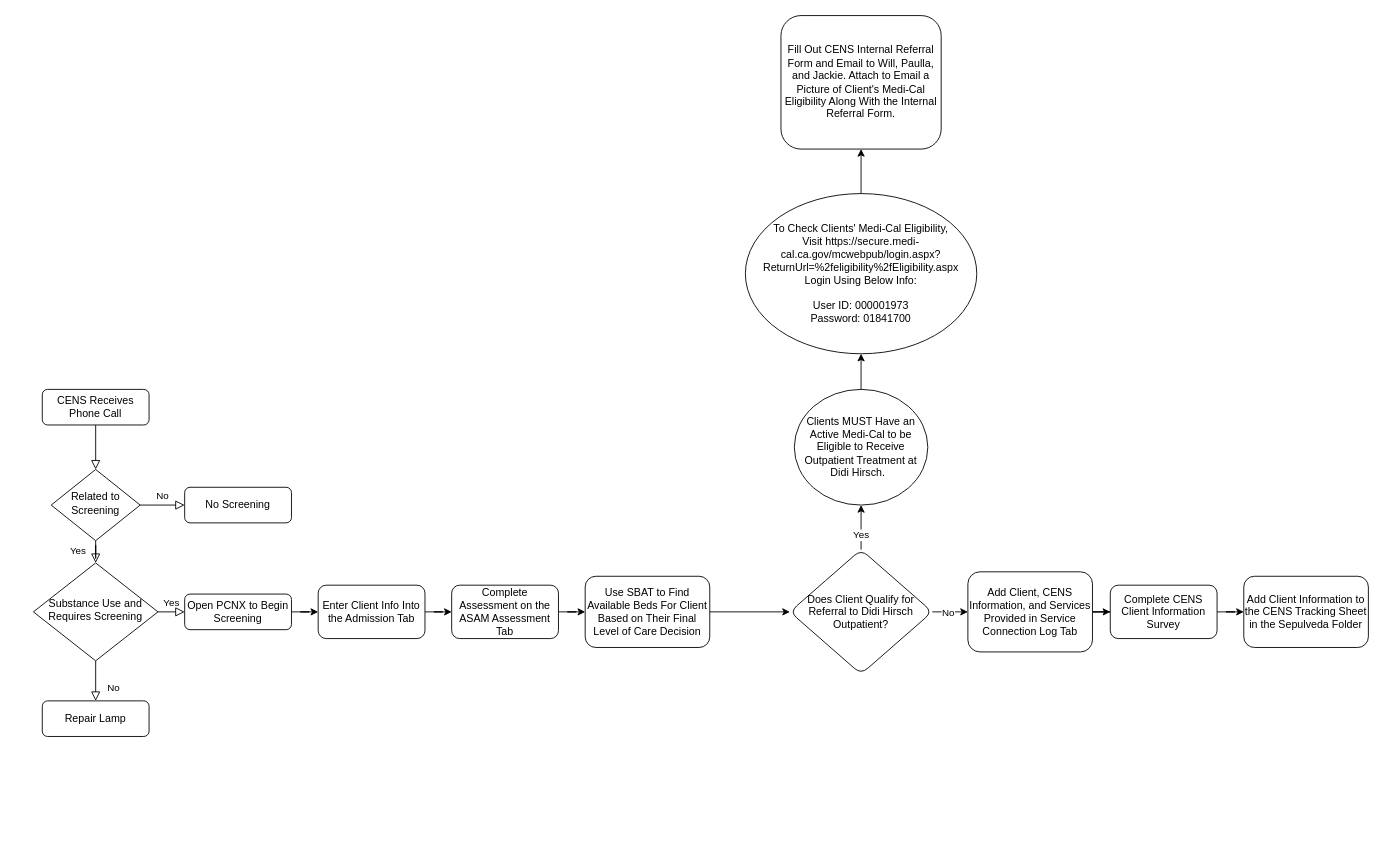
Above: CENS Process Flow Diagram.drawio in khassh/IBM-Data-Science-Tools (draw.io), before the change. Source tidied: cells renumbered, new cells numbered last; positions are measured from the earlier drawing's top-left corner, leaving out a move shared by most shapes. Both pictures are drawn from the tidied source at 89%, with x=0, y=0 at pixel (33, 15).
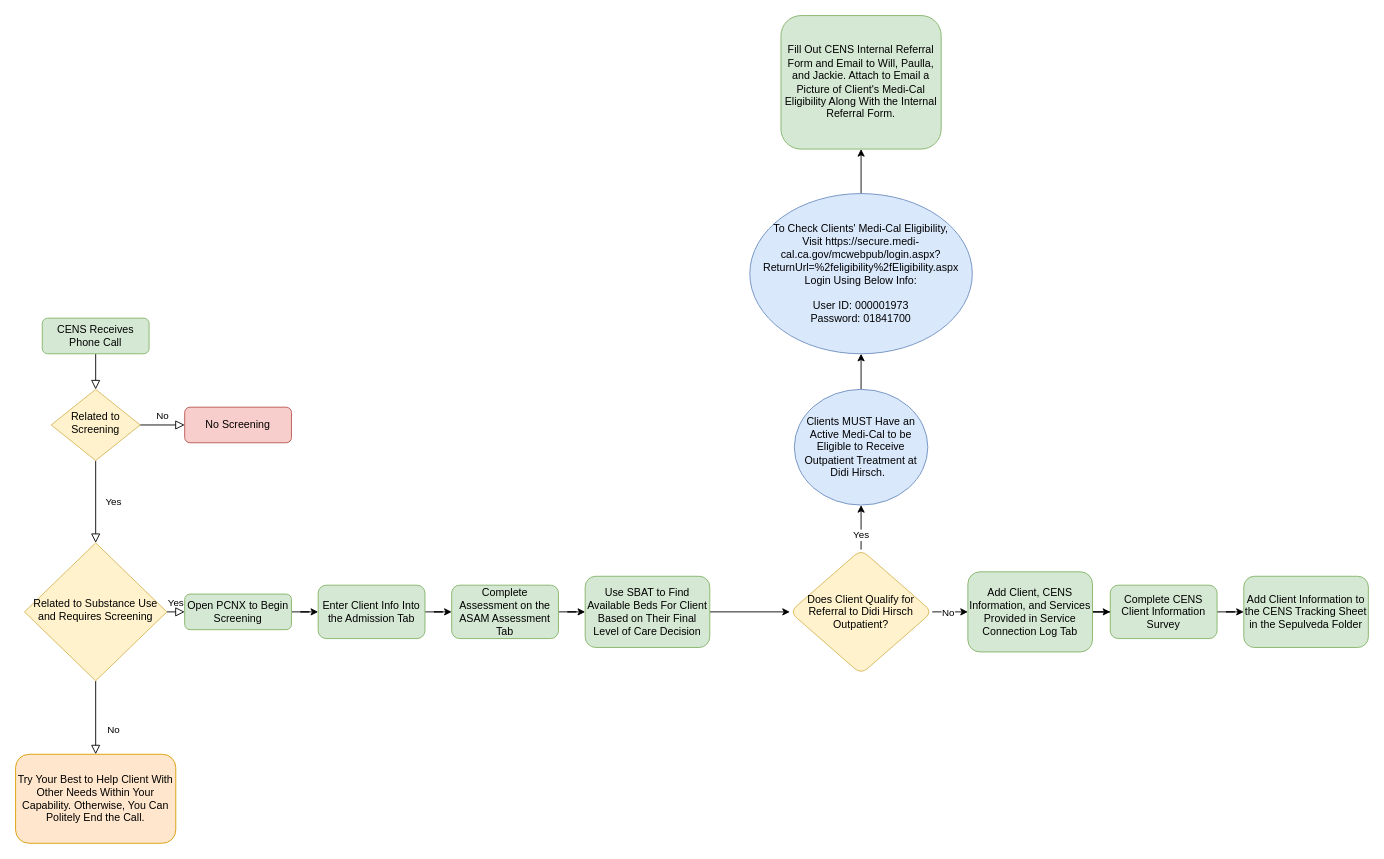
Above is the later version.

Change to the diagram source:
```diff
@@
-    <mxCell id="3" value="CENS Receives Phone Call" style="rounded=1;whiteSpace=wrap;html=1;fontSize=12;glass=0;strokeWidth=1;shadow=0;" parent="1" vertex="1">
-      <mxGeometry x="10" y="420" width="120" height="40" as="geometry" />
+    <mxCell id="3" value="CENS Receives Phone Call" style="rounded=1;whiteSpace=wrap;html=1;fontSize=12;glass=0;strokeWidth=1;shadow=0;fillColor=#d5e8d4;strokeColor=#82b366;" parent="1" vertex="1">
+      <mxGeometry x="10" y="340" width="120" height="40" as="geometry" />
     </mxCell>
@@
-    <mxCell id="6" value="Related to Screening" style="rhombus;whiteSpace=wrap;html=1;shadow=0;fontFamily=Helvetica;fontSize=12;align=center;strokeWidth=1;spacing=6;spacingTop=-4;" parent="1" vertex="1">
-      <mxGeometry x="20" y="510" width="100" height="80" as="geometry" />
+    <mxCell id="6" value="Related to Screening" style="rhombus;whiteSpace=wrap;html=1;shadow=0;fontFamily=Helvetica;fontSize=12;align=center;strokeWidth=1;spacing=6;spacingTop=-4;fillColor=#fff2cc;strokeColor=#d6b656;" parent="1" vertex="1">
+      <mxGeometry x="20" y="420" width="100" height="80" as="geometry" />
     </mxCell>
-    <mxCell id="7" value="No Screening" style="rounded=1;whiteSpace=wrap;html=1;fontSize=12;glass=0;strokeWidth=1;shadow=0;" parent="1" vertex="1">
-      <mxGeometry x="170" y="530" width="120" height="40" as="geometry" />
+    <mxCell id="7" value="No Screening" style="rounded=1;whiteSpace=wrap;html=1;fontSize=12;glass=0;strokeWidth=1;shadow=0;fillColor=#f8cecc;strokeColor=#b85450;" parent="1" vertex="1">
+      <mxGeometry x="170" y="440" width="120" height="40" as="geometry" />
     </mxCell>
@@
-    <mxCell id="10" value="Substance Use and Requires Screening" style="rhombus;whiteSpace=wrap;html=1;shadow=0;fontFamily=Helvetica;fontSize=12;align=center;strokeWidth=1;spacing=6;spacingTop=-4;" parent="1" vertex="1">
-      <mxGeometry y="615" width="140" height="110" as="geometry" />
+    <mxCell id="10" value="Related to Substance Use and Requires Screening" style="rhombus;whiteSpace=wrap;html=1;shadow=0;fontFamily=Helvetica;fontSize=12;align=center;strokeWidth=1;spacing=6;spacingTop=-4;fillColor=#fff2cc;strokeColor=#d6b656;" parent="1" vertex="1">
+      <mxGeometry x="-10" y="592.5" width="160" height="155" as="geometry" />
     </mxCell>
-    <mxCell id="11" value="Repair Lamp" style="rounded=1;whiteSpace=wrap;html=1;fontSize=12;glass=0;strokeWidth=1;shadow=0;" parent="1" vertex="1">
-      <mxGeometry x="10" y="770" width="120" height="40" as="geometry" />
+    <mxCell id="11" value="Try Your Best to Help Client With Other Needs Within Your Capability. Otherwise, You Can Politely End the Call." style="rounded=1;whiteSpace=wrap;html=1;fontSize=12;glass=0;strokeWidth=1;shadow=0;fillColor=#ffe6cc;strokeColor=#d79b00;" parent="1" vertex="1">
+      <mxGeometry x="-20" y="830" width="180" height="100" as="geometry" />
     </mxCell>
@@
-    <mxCell id="13" value="Open PCNX to Begin Screening" style="rounded=1;whiteSpace=wrap;html=1;fontSize=12;glass=0;strokeWidth=1;shadow=0;" parent="1" vertex="1">
+    <mxCell id="13" value="Open PCNX to Begin Screening" style="rounded=1;whiteSpace=wrap;html=1;fontSize=12;glass=0;strokeWidth=1;shadow=0;fillColor=#d5e8d4;strokeColor=#82b366;" parent="1" vertex="1">
       <mxGeometry x="170" y="650" width="120" height="40" as="geometry" />
     </mxCell>
@@
-    <mxCell id="15" value="Enter Client Info Into the Admission Tab" style="whiteSpace=wrap;html=1;rounded=1;glass=0;strokeWidth=1;shadow=0;" parent="1" vertex="1">
+    <mxCell id="15" value="Enter Client Info Into the Admission Tab" style="whiteSpace=wrap;html=1;rounded=1;glass=0;strokeWidth=1;shadow=0;fillColor=#d5e8d4;strokeColor=#82b366;" parent="1" vertex="1">
       <mxGeometry x="320" y="640" width="120" height="60" as="geometry" />
     </mxCell>
@@
-    <mxCell id="17" value="Complete Assessment on the ASAM Assessment Tab" style="whiteSpace=wrap;html=1;rounded=1;glass=0;strokeWidth=1;shadow=0;" parent="1" vertex="1">
+    <mxCell id="17" value="Complete Assessment on the ASAM Assessment Tab" style="whiteSpace=wrap;html=1;rounded=1;glass=0;strokeWidth=1;shadow=0;fillColor=#d5e8d4;strokeColor=#82b366;" parent="1" vertex="1">
       <mxGeometry x="470" y="640" width="120" height="60" as="geometry" />
     </mxCell>
@@
-    <mxCell id="21" value="Use SBAT to Find Available Beds For Client Based on Their Final Level of Care Decision" style="whiteSpace=wrap;html=1;rounded=1;glass=0;strokeWidth=1;shadow=0;" parent="1" vertex="1">
+    <mxCell id="21" value="Use SBAT to Find Available Beds For Client Based on Their Final Level of Care Decision" style="whiteSpace=wrap;html=1;rounded=1;glass=0;strokeWidth=1;shadow=0;fillColor=#d5e8d4;strokeColor=#82b366;" parent="1" vertex="1">
       <mxGeometry x="620" y="630" width="140" height="80" as="geometry" />
     </mxCell>
@@
-    <mxCell id="23" value="Add Client, CENS Information, and Services Provided in Service Connection Log Tab" style="whiteSpace=wrap;html=1;rounded=1;glass=0;strokeWidth=1;shadow=0;" parent="1" vertex="1">
+    <mxCell id="23" value="Add Client, CENS Information, and Services Provided in Service Connection Log Tab" style="whiteSpace=wrap;html=1;rounded=1;glass=0;strokeWidth=1;shadow=0;fillColor=#d5e8d4;strokeColor=#82b366;" parent="1" vertex="1">
       <mxGeometry x="1050" y="625" width="140" height="90" as="geometry" />
     </mxCell>
@@
-    <mxCell id="25" value="Complete CENS Client Information Survey" style="whiteSpace=wrap;html=1;rounded=1;glass=0;strokeWidth=1;shadow=0;" parent="1" vertex="1">
+    <mxCell id="25" value="Complete CENS Client Information Survey" style="whiteSpace=wrap;html=1;rounded=1;glass=0;strokeWidth=1;shadow=0;fillColor=#d5e8d4;strokeColor=#82b366;" parent="1" vertex="1">
       <mxGeometry x="1210" y="640" width="120" height="60" as="geometry" />
     </mxCell>
-    <mxCell id="26" value="Add Client Information to the CENS Tracking Sheet in the Sepulveda Folder" style="whiteSpace=wrap;html=1;rounded=1;glass=0;strokeWidth=1;shadow=0;" parent="1" vertex="1">
+    <mxCell id="26" value="Add Client Information to the CENS Tracking Sheet in the Sepulveda Folder" style="whiteSpace=wrap;html=1;rounded=1;glass=0;strokeWidth=1;shadow=0;fillColor=#d5e8d4;strokeColor=#82b366;" parent="1" vertex="1">
       <mxGeometry x="1360" y="630" width="140" height="80" as="geometry" />
     </mxCell>
-    <mxCell id="27" value="Fill Out CENS Internal Referral Form and Email to Will, Paulla, and Jackie. Attach to Email a Picture of Client's Medi-Cal Eligibility Along With the Internal Referral Form." style="whiteSpace=wrap;html=1;rounded=1;glass=0;strokeWidth=1;shadow=0;" parent="1" vertex="1">
+    <mxCell id="27" value="Fill Out CENS Internal Referral Form and Email to Will, Paulla, and Jackie. Attach to Email a Picture of Client's Medi-Cal Eligibility Along With the Internal Referral Form." style="whiteSpace=wrap;html=1;rounded=1;glass=0;strokeWidth=1;shadow=0;fillColor=#d5e8d4;strokeColor=#82b366;" parent="1" vertex="1">
       <mxGeometry x="840" width="180" height="150" as="geometry" />
     </mxCell>
@@
-    <mxCell id="29" value="Clients MUST Have an Active Medi-Cal to be Eligible to Receive Outpatient Treatment at Didi Hirsch.&amp;nbsp;&amp;nbsp;" style="ellipse;whiteSpace=wrap;html=1;rounded=1;glass=0;strokeWidth=1;shadow=0;" parent="1" vertex="1">
+    <mxCell id="29" value="Clients MUST Have an Active Medi-Cal to be Eligible to Receive Outpatient Treatment at Didi Hirsch.&amp;nbsp;&amp;nbsp;" style="ellipse;whiteSpace=wrap;html=1;rounded=1;glass=0;strokeWidth=1;shadow=0;fillColor=#dae8fc;strokeColor=#6c8ebf;" parent="1" vertex="1">
       <mxGeometry x="855" y="420" width="150" height="130" as="geometry" />
     </mxCell>
@@
-    <mxCell id="31" value="To Check Clients' Medi-Cal Eligibility, Visit&amp;nbsp;https://secure.medi-cal.ca.gov/mcwebpub/login.aspx?ReturnUrl=%2feligibility%2fEligibility.aspx&lt;div&gt;Login Using Below Info:&lt;/div&gt;&lt;div&gt;&lt;br&gt;&lt;/div&gt;&lt;div&gt;User ID: 000001973&lt;/div&gt;&lt;div&gt;Password: 01841700&lt;/div&gt;" style="ellipse;whiteSpace=wrap;html=1;rounded=1;glass=0;strokeWidth=1;shadow=0;" parent="1" vertex="1">
-      <mxGeometry x="800" y="200" width="260" height="180" as="geometry" />
+    <mxCell id="31" value="To Check Clients' Medi-Cal Eligibility, Visit&amp;nbsp;https://secure.medi-cal.ca.gov/mcwebpub/login.aspx?ReturnUrl=%2feligibility%2fEligibility.aspx&lt;div&gt;Login Using Below Info:&lt;/div&gt;&lt;div&gt;&lt;br&gt;&lt;/div&gt;&lt;div&gt;User ID: 000001973&lt;/div&gt;&lt;div&gt;Password: 01841700&lt;/div&gt;" style="ellipse;whiteSpace=wrap;html=1;rounded=1;glass=0;strokeWidth=1;shadow=0;fillColor=#dae8fc;strokeColor=#6c8ebf;" parent="1" vertex="1">
+      <mxGeometry x="805" y="200" width="250" height="180" as="geometry" />
     </mxCell>
@@
-    <mxCell id="34" value="Does Client Qualify for Referral to Didi Hirsch Outpatient?" style="rhombus;whiteSpace=wrap;html=1;rounded=1;glass=0;strokeWidth=1;shadow=0;" parent="1" vertex="1">
+    <mxCell id="34" value="Does Client Qualify for Referral to Didi Hirsch Outpatient?" style="rhombus;whiteSpace=wrap;html=1;rounded=1;glass=0;strokeWidth=1;shadow=0;fillColor=#fff2cc;strokeColor=#d6b656;" parent="1" vertex="1">
       <mxGeometry x="850" y="600" width="160" height="140" as="geometry" />
     </mxCell>
```
